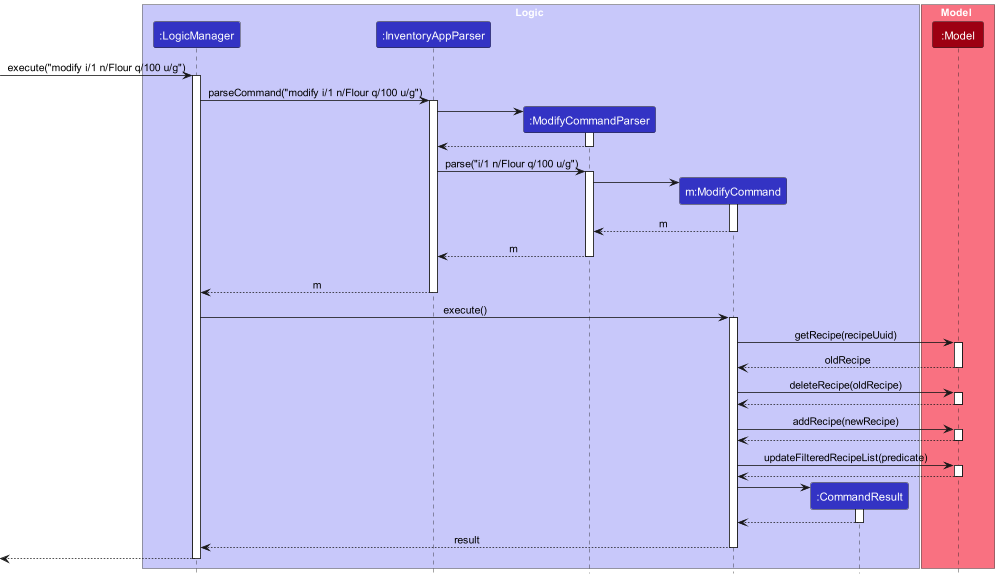
Above: images/UML/modifysequencediagram.png in prawnzyy/tp (PlantUML), before the change.
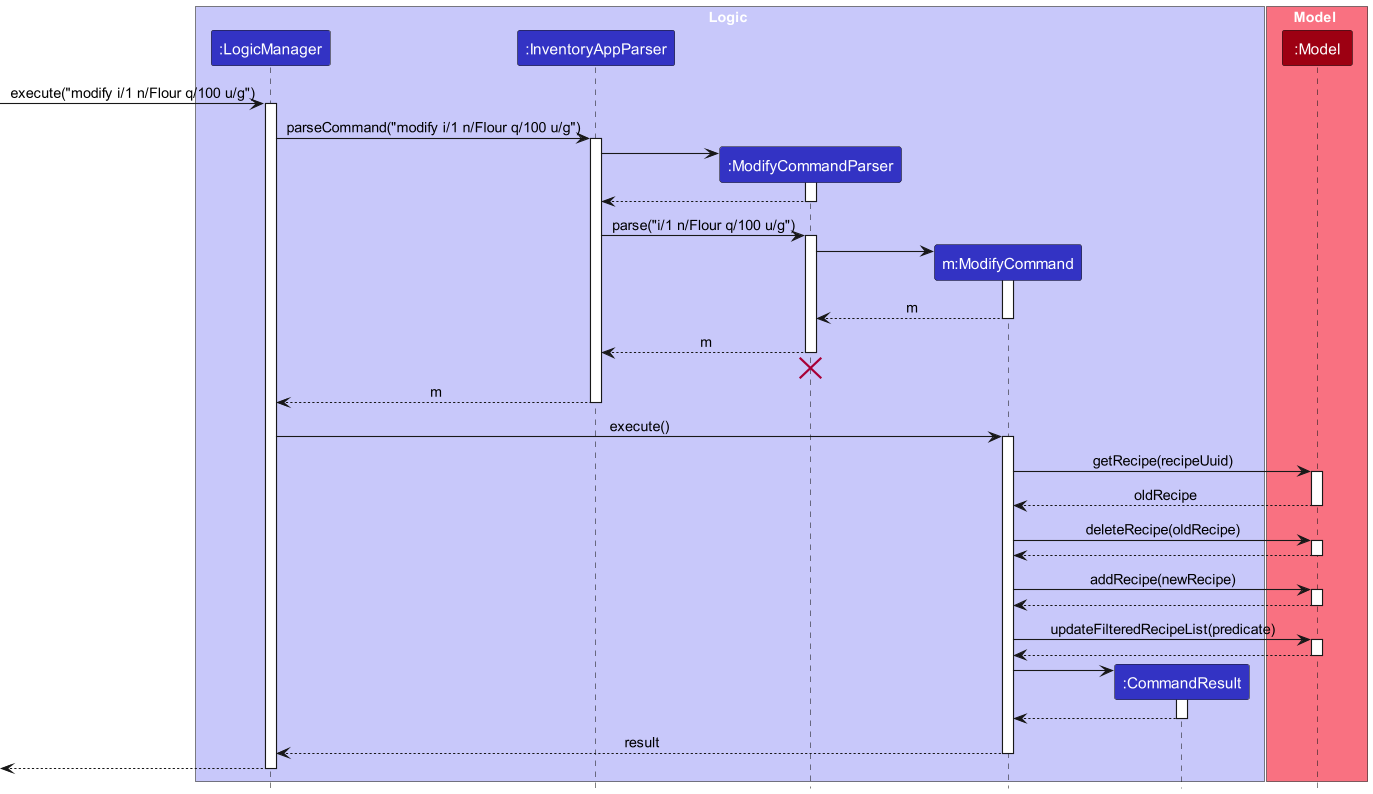
After the change.

Diff of the diagram source:
```diff
@@ -40,6 +40,7 @@
 ModifyCommandParser --> InventoryAppParser : m
 deactivate ModifyCommandParser
 ModifyCommandParser -[hidden]-> InventoryAppParser
+destroy ModifyCommandParser
 
 InventoryAppParser --> LogicManager : m
 deactivate InventoryAppParser
```
